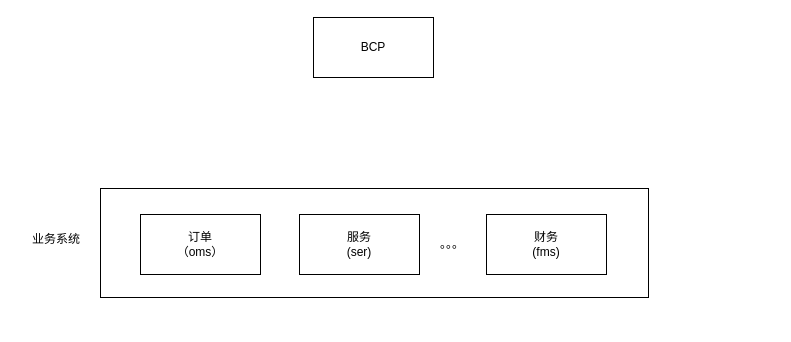
Earlier version of the draw.io diagram page "监控-05" (8 of 8) of docs/自营业务梳理.drawio (lokiworks/codebase). Source tidied: cells renumbered, new cells numbered last; positions are measured from the earlier drawing's top-left corner, leaving out a move shared by most shapes. Both pictures are drawn from the tidied source at 100%, with x=0, y=0 at pixel (26, 17).
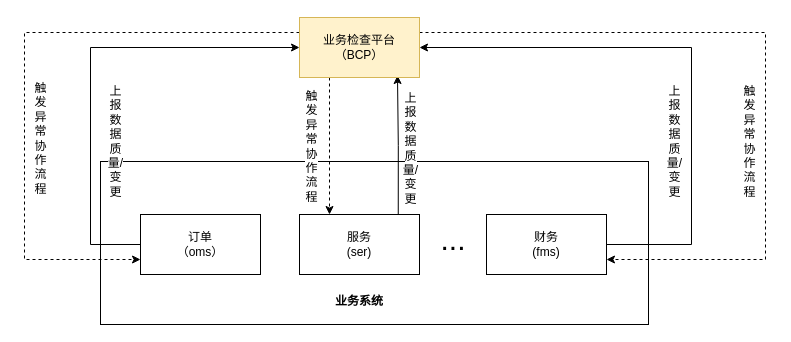
The same diagram, later.

Commit message:
Update 自营业务梳理.drawio

The change refers to these unchanged cells:
```xml
<mxCell id="3" value="订单&lt;br&gt;（oms）" style="rounded=0;whiteSpace=wrap;html=1;strokeWidth=1;" parent="1" vertex="1">
  <mxGeometry x="114" y="197" width="120" height="60" as="geometry" />
</mxCell>
<mxCell id="4" value="服务&lt;br&gt;(ser)" style="rounded=0;whiteSpace=wrap;html=1;strokeWidth=1;" parent="1" vertex="1">
  <mxGeometry x="273" y="197" width="120" height="60" as="geometry" />
</mxCell>
<mxCell id="5" value="财务&lt;br&gt;(fms)" style="rounded=0;whiteSpace=wrap;html=1;strokeWidth=1;" parent="1" vertex="1">
  <mxGeometry x="460" y="197" width="120" height="60" as="geometry" />
</mxCell>
```

Diff of the diagram source:
```diff
@@
     <mxCell id="2" style="rounded=0;whiteSpace=wrap;html=1;strokeWidth=1;" parent="1" vertex="1">
-      <mxGeometry x="74" y="171" width="548" height="109" as="geometry" />
+      <mxGeometry x="74" y="144" width="548" height="163" as="geometry" />
     </mxCell>
+    <mxCell id="9" style="edgeStyle=orthogonalEdgeStyle;rounded=0;jettySize=auto;html=1;exitX=0;exitY=0.5;exitDx=0;exitDy=0;entryX=0;entryY=0.5;entryDx=0;entryDy=0;" parent="1" edge="1" source="3" target="6">
+      <mxGeometry relative="1" as="geometry">
+        <Array as="points">
+          <mxPoint x="64" y="227" />
+          <mxPoint x="64" y="30" />
+        </Array>
+      </mxGeometry>
+    </mxCell>
@@
+    <mxCell id="10" style="edgeStyle=orthogonalEdgeStyle;rounded=0;jettySize=auto;html=1;exitX=0.823;exitY=0.015;exitDx=0;exitDy=0;exitPerimeter=0;" parent="1" edge="1" source="4">
+      <mxGeometry relative="1" as="geometry">
+        <mxPoint x="371" y="58" as="targetPoint" />
+      </mxGeometry>
+    </mxCell>
@@
+    <mxCell id="11" style="edgeStyle=orthogonalEdgeStyle;rounded=0;jettySize=auto;html=1;exitX=1;exitY=0.5;exitDx=0;exitDy=0;entryX=1;entryY=0.5;entryDx=0;entryDy=0;" parent="1" edge="1" source="5" target="6">
+      <mxGeometry relative="1" as="geometry">
+        <Array as="points">
+          <mxPoint x="665" y="227" />
+          <mxPoint x="665" y="30" />
+        </Array>
+      </mxGeometry>
+    </mxCell>
@@
+    <mxCell id="12" style="edgeStyle=orthogonalEdgeStyle;rounded=0;jettySize=auto;html=1;exitX=0;exitY=0.25;exitDx=0;exitDy=0;entryX=0;entryY=0.75;entryDx=0;entryDy=0;fontSize=12;dashed=1;" parent="1" edge="1" source="6" target="3">
+      <mxGeometry relative="1" as="geometry">
+        <Array as="points">
+          <mxPoint x="-2" y="15" />
+          <mxPoint x="-2" y="242" />
+        </Array>
+      </mxGeometry>
+    </mxCell>
+    <mxCell id="13" style="edgeStyle=orthogonalEdgeStyle;rounded=0;jettySize=auto;html=1;exitX=1;exitY=0.25;exitDx=0;exitDy=0;entryX=1;entryY=0.75;entryDx=0;entryDy=0;dashed=1;fontSize=12;" parent="1" edge="1" source="6" target="5">
+      <mxGeometry relative="1" as="geometry">
+        <Array as="points">
+          <mxPoint x="739" y="15" />
+          <mxPoint x="739" y="242" />
+        </Array>
+      </mxGeometry>
+    </mxCell>
+    <mxCell id="14" style="edgeStyle=orthogonalEdgeStyle;rounded=0;jettySize=auto;html=1;exitX=0.25;exitY=1;exitDx=0;exitDy=0;entryX=0.25;entryY=0;entryDx=0;entryDy=0;dashed=1;fontSize=12;" parent="1" edge="1" source="6" target="4">
+      <mxGeometry relative="1" as="geometry" />
+    </mxCell>
-    <mxCell id="6" value="BCP" style="rounded=0;whiteSpace=wrap;html=1;strokeWidth=1;" parent="1" vertex="1">
-      <mxGeometry x="287" width="120" height="60" as="geometry" />
+    <mxCell id="6" value="业务检查平台&lt;br&gt;（BCP）" style="rounded=0;whiteSpace=wrap;html=1;strokeWidth=1;fillColor=#fff2cc;strokeColor=#d6b656;" parent="1" vertex="1">
+      <mxGeometry x="273" width="120" height="60" as="geometry" />
     </mxCell>
-    <mxCell id="7" value="业务系统" style="text;html=1;strokeColor=none;fillColor=none;align=center;verticalAlign=middle;whiteSpace=wrap;rounded=0;" parent="1" vertex="1">
-      <mxGeometry y="207" width="60" height="30" as="geometry" />
+    <mxCell id="7" value="业务系统" style="text;html=1;strokeColor=none;fillColor=none;align=center;verticalAlign=middle;whiteSpace=wrap;rounded=0;fontStyle=1;" parent="1" vertex="1">
+      <mxGeometry x="303" y="269" width="60" height="30" as="geometry" />
     </mxCell>
-    <mxCell id="8" value="。。。" style="text;html=1;strokeColor=none;fillColor=none;align=center;verticalAlign=middle;whiteSpace=wrap;rounded=0;" parent="1" vertex="1">
-      <mxGeometry x="396" y="212" width="60" height="30" as="geometry" />
+    <mxCell id="8" value="..." style="text;html=1;strokeColor=none;fillColor=none;align=center;verticalAlign=middle;whiteSpace=wrap;rounded=0;fontSize=30;" parent="1" vertex="1">
+      <mxGeometry x="397" y="207" width="60" height="30" as="geometry" />
     </mxCell>
+    <mxCell id="15" value="&lt;span style=&quot;background-color: rgb(255, 255, 255);&quot;&gt;上报数据质量/变更&lt;/span&gt;" style="text;html=1;strokeColor=none;fillColor=none;align=center;verticalAlign=middle;whiteSpace=wrap;rounded=0;fontSize=12;" parent="1" vertex="1">
+      <mxGeometry x="376" y="78" width="17" height="106" as="geometry" />
+    </mxCell>
+    <mxCell id="16" value="&lt;span style=&quot;background-color: rgb(255, 255, 255);&quot;&gt;触发异常协作流程&lt;/span&gt;" style="text;html=1;strokeColor=none;fillColor=none;align=center;verticalAlign=middle;whiteSpace=wrap;rounded=0;fontSize=12;" parent="1" vertex="1">
+      <mxGeometry x="277" y="76" width="17" height="106" as="geometry" />
+    </mxCell>
+    <mxCell id="17" value="&lt;span style=&quot;background-color: rgb(255, 255, 255);&quot;&gt;上报数据质量/变更&lt;/span&gt;" style="text;html=1;strokeColor=none;fillColor=none;align=center;verticalAlign=middle;whiteSpace=wrap;rounded=0;fontSize=12;" parent="1" vertex="1">
+      <mxGeometry x="640" y="71" width="17" height="106" as="geometry" />
+    </mxCell>
+    <mxCell id="18" value="&lt;span style=&quot;background-color: rgb(255, 255, 255);&quot;&gt;触发异常协作流程&lt;/span&gt;" style="text;html=1;strokeColor=none;fillColor=none;align=center;verticalAlign=middle;whiteSpace=wrap;rounded=0;fontSize=12;" parent="1" vertex="1">
+      <mxGeometry x="715" y="71" width="17" height="106" as="geometry" />
+    </mxCell>
+    <mxCell id="19" value="&lt;span style=&quot;background-color: rgb(255, 255, 255);&quot;&gt;上报数据质量/变更&lt;/span&gt;" style="text;html=1;strokeColor=none;fillColor=none;align=center;verticalAlign=middle;whiteSpace=wrap;rounded=0;fontSize=12;" parent="1" vertex="1">
+      <mxGeometry x="81" y="71" width="17" height="106" as="geometry" />
+    </mxCell>
+    <mxCell id="20" value="&lt;span style=&quot;background-color: rgb(255, 255, 255);&quot;&gt;触发异常协作流程&lt;/span&gt;" style="text;html=1;strokeColor=none;fillColor=none;align=center;verticalAlign=middle;whiteSpace=wrap;rounded=0;fontSize=12;" parent="1" vertex="1">
+      <mxGeometry x="6" y="68" width="17" height="106" as="geometry" />
+    </mxCell>
```
